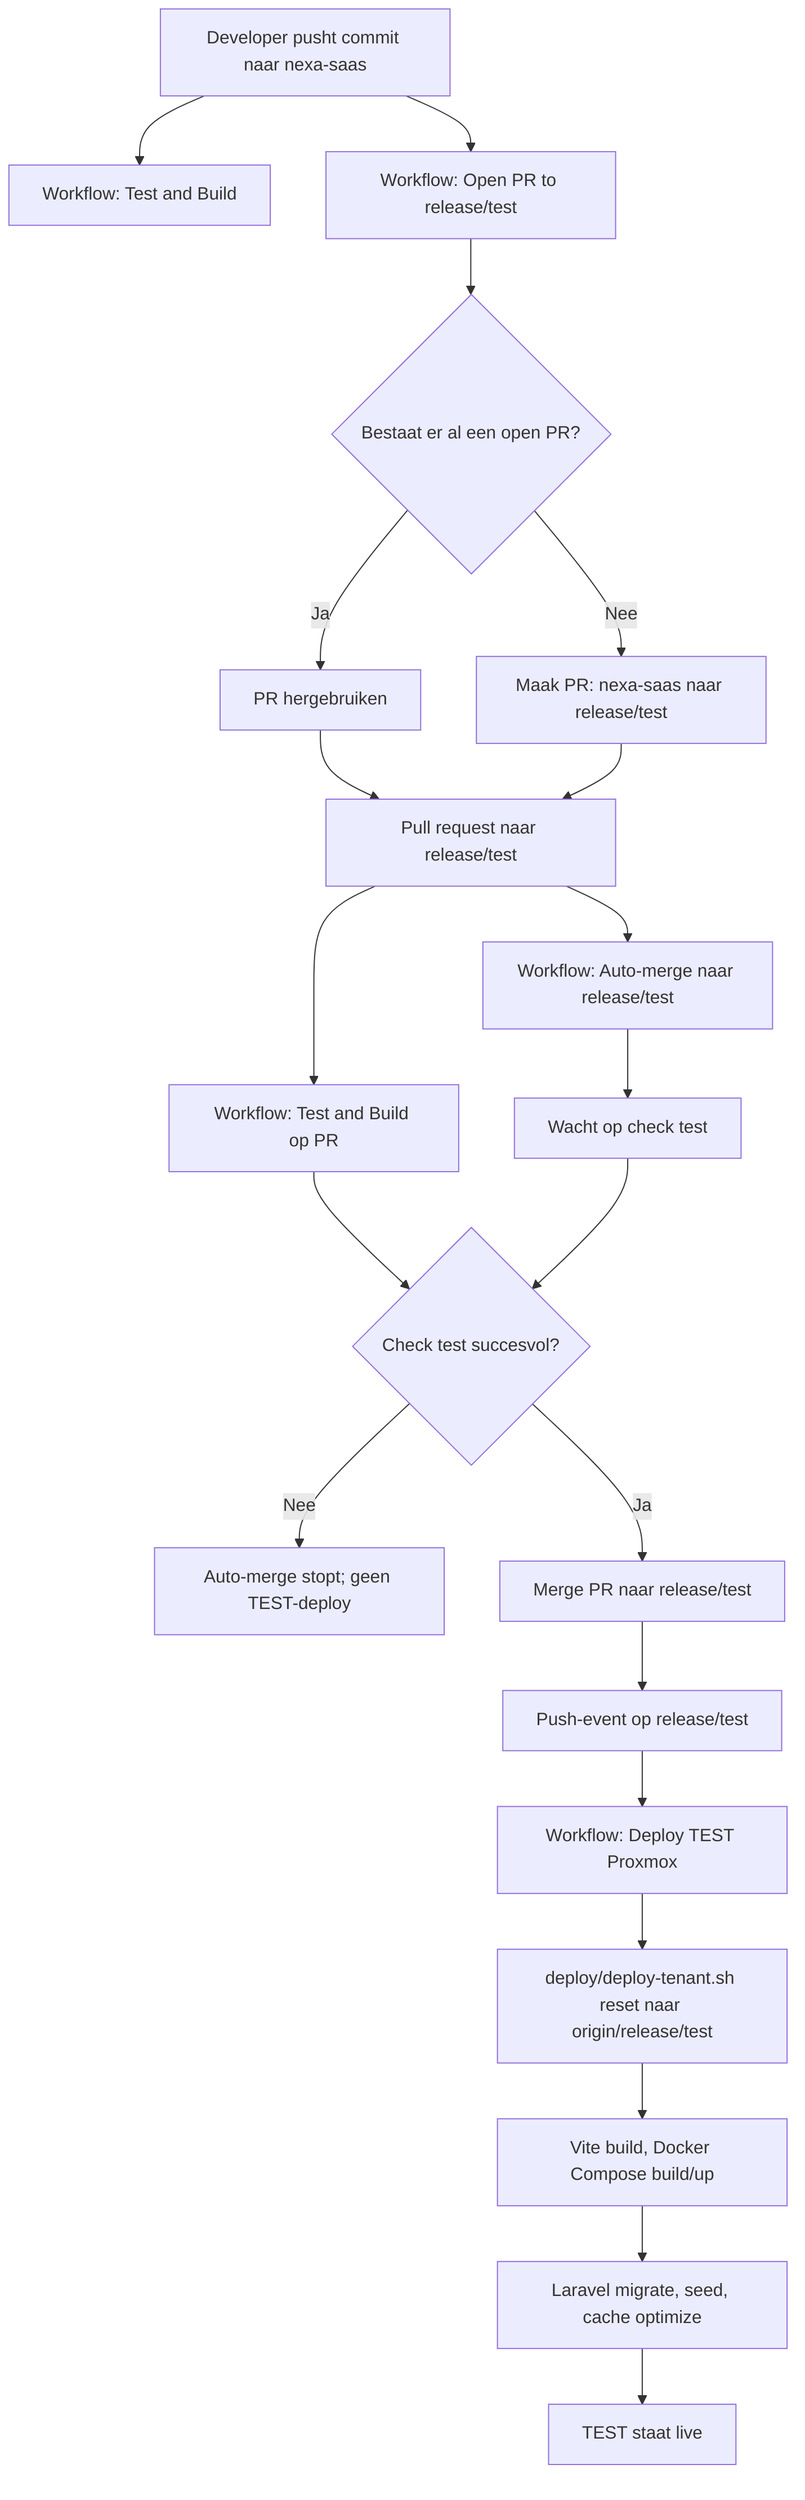
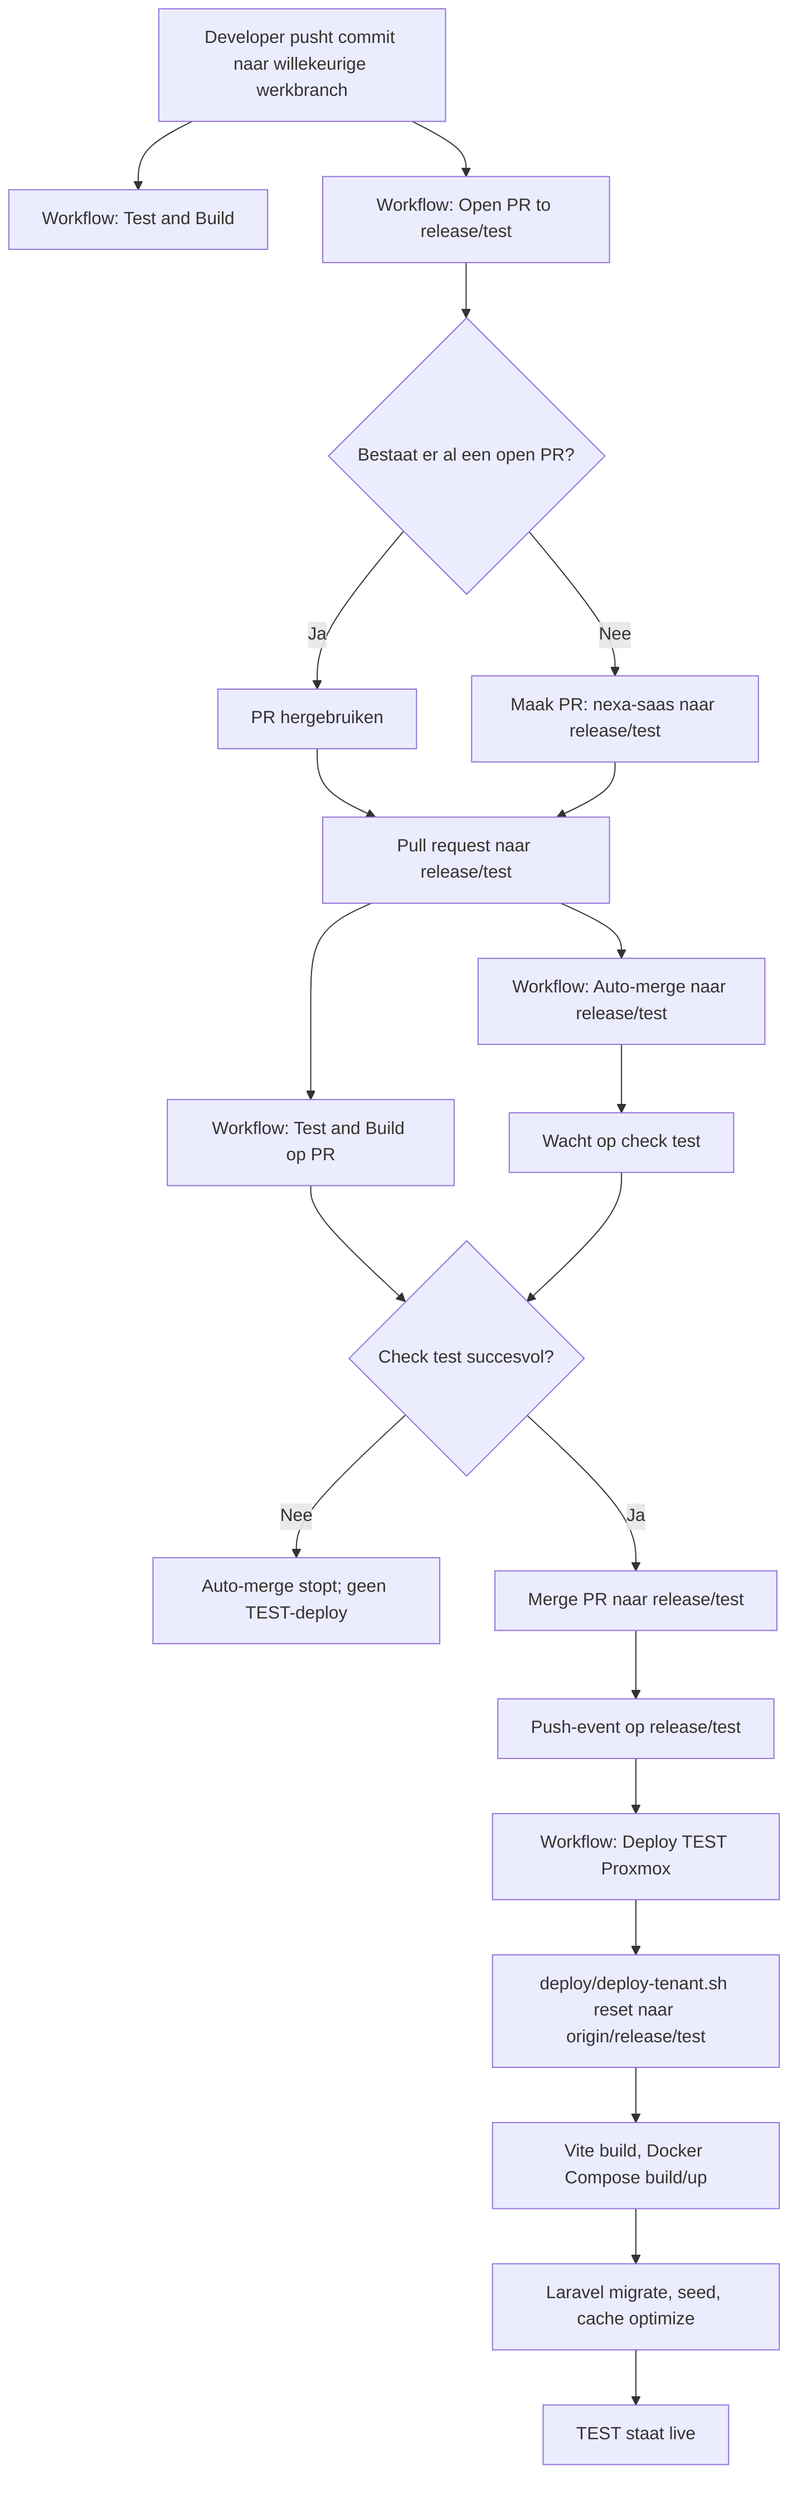
flowchart TD
-     A[Developer pusht commit naar nexa-saas] --> B[Workflow: Test and Build]
+     A[Developer pusht commit naar willekeurige werkbranch] --> B[Workflow: Test and Build]
    A --> C[Workflow: Open PR to release/test]
    C --> D{Bestaat er al een open PR?}
    D -- Ja --> E[PR hergebruiken]
    D -- Nee --> F[Maak PR: nexa-saas naar release/test]
    E --> G[Pull request naar release/test]
    F --> G
    G --> H[Workflow: Test and Build op PR]
    G --> I[Workflow: Auto-merge naar release/test]
    I --> J[Wacht op check test]
    H --> K{Check test succesvol?}
    J --> K
    K -- Nee --> L[Auto-merge stopt; geen TEST-deploy]
    K -- Ja --> M[Merge PR naar release/test]
    M --> N[Push-event op release/test]
    N --> O[Workflow: Deploy TEST Proxmox]
    O --> P[deploy/deploy-tenant.sh reset naar origin/release/test]
    P --> Q[Vite build, Docker Compose build/up]
    Q --> R[Laravel migrate, seed, cache optimize]
    R --> S[TEST staat live]
